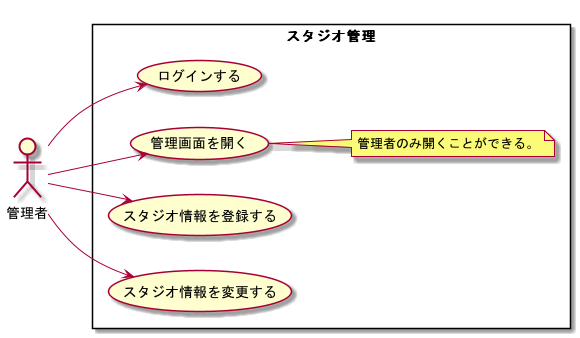
Before: modeling/05_Usecase_スタジオ管理/Usecase.png, a diagram exported from PlantUML (TakashiOnawa/ddd-practice-studio-reservation).
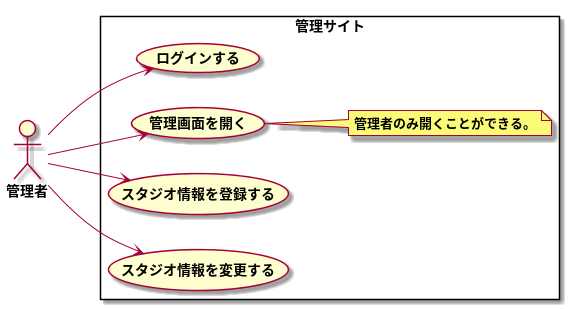
After the change.

What changed in the source:
```diff
@@ -4,7 +4,7 @@
 
 actor 管理者
 
-rectangle スタジオ管理 {
+rectangle 管理サイト {
     管理者 --> (ログインする)
     管理者 --> (管理画面を開く)
     管理者 --> (スタジオ情報を登録する)
```
